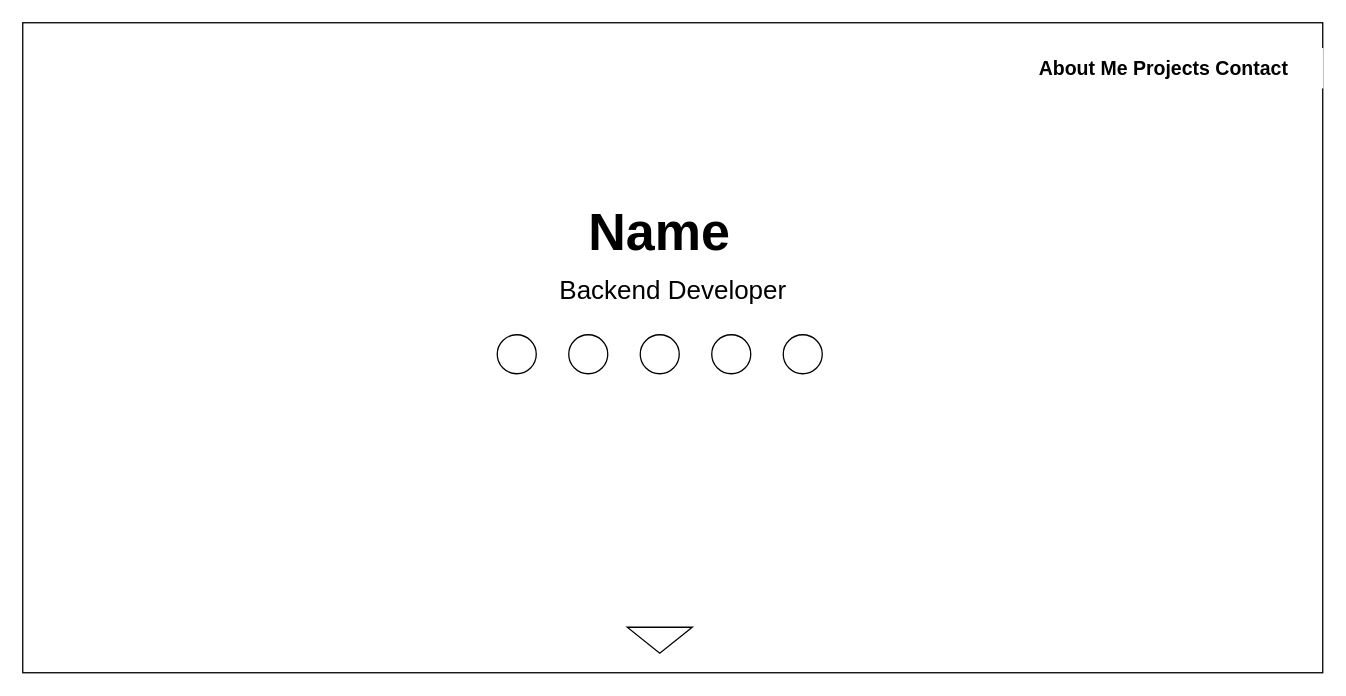
Before: frontend/src/docs/layout/_hero section.drawio in yk-jp/portfolio, a draw.io diagram. Source tidied: cells renumbered, new cells numbered last; positions are measured from the earlier drawing's top-left corner, leaving out a move shared by most shapes. Both pictures are drawn from the tidied source at 130%, with x=0, y=0 at pixel (22, 22).
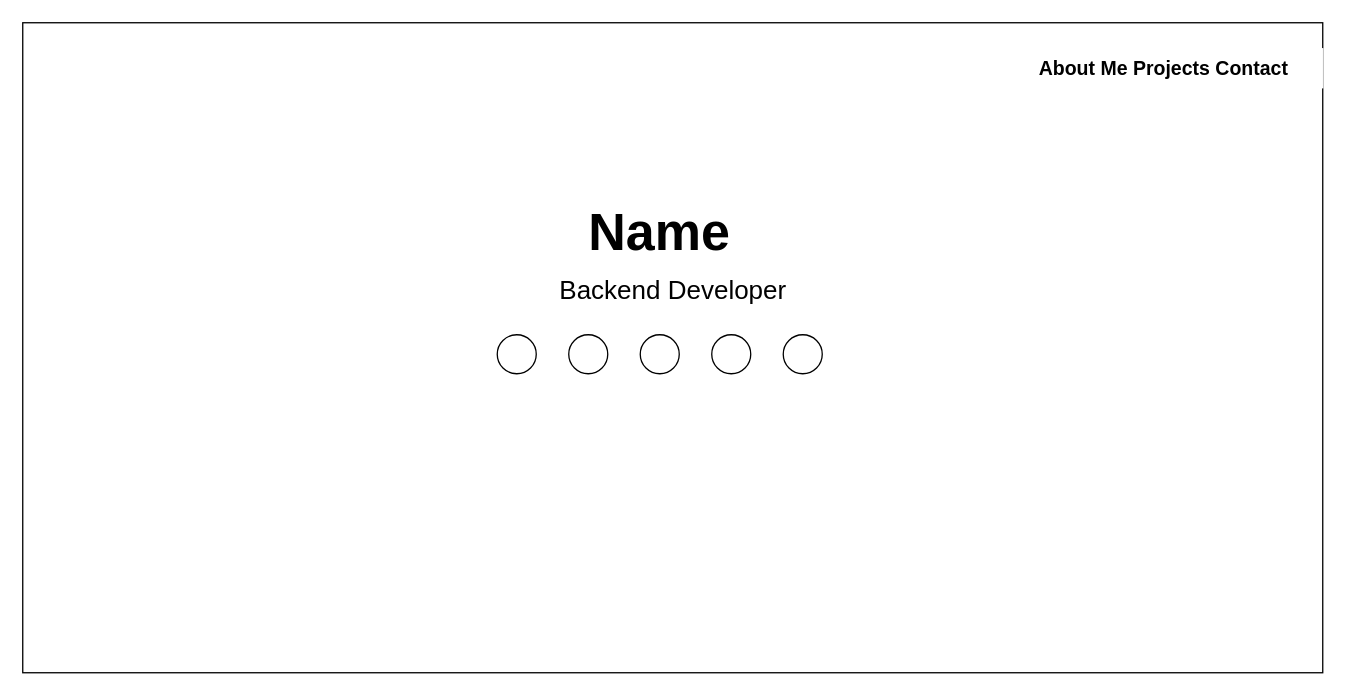
The same page after the edit.

The edit, as a diff of the source:
```diff
@@
 <mxGraphModel>
   <root>
     <mxCell id="0" />
     <mxCell id="1" parent="0" />
     <mxCell id="2" style="edgeStyle=orthogonalEdgeStyle;rounded=0;orthogonalLoop=1;jettySize=auto;html=1;exitX=0.5;exitY=1;exitDx=0;exitDy=0;" parent="1" edge="1">
       <mxGeometry relative="1" as="geometry">
         <mxPoint x="586.5" y="349" as="sourcePoint" />
         <mxPoint x="586.5" y="349" as="targetPoint" />
       </mxGeometry>
     </mxCell>
     <mxCell id="3" style="whiteSpace=wrap;html=1;align=left;" parent="1" vertex="1">
       <mxGeometry width="1000" height="500" as="geometry" />
     </mxCell>
     <mxCell id="4" value="Backend Developer&lt;br&gt;" style="rounded=0;whiteSpace=wrap;html=1;fontSize=20;align=center;strokeColor=none;" parent="1" vertex="1">
       <mxGeometry x="408" y="170" width="185" height="70" as="geometry" />
     </mxCell>
     <mxCell id="5" value="&lt;span style=&quot;font-size: 40px&quot;&gt;&lt;b&gt;Name&lt;/b&gt;&lt;/span&gt;" style="rounded=0;whiteSpace=wrap;html=1;fontSize=20;strokeColor=#FFFFFF;align=center;" parent="1" vertex="1">
       <mxGeometry x="310" y="140" width="360" height="40" as="geometry" />
     </mxCell>
     <mxCell id="6" style="rounded=0;whiteSpace=wrap;html=1;fontSize=20;align=center;strokeColor=none;" parent="1" vertex="1">
       <mxGeometry x="360" y="240" width="250" height="50" as="geometry" />
     </mxCell>
     <mxCell id="7" style="ellipse;whiteSpace=wrap;html=1;" parent="1" vertex="1">
       <mxGeometry x="365" y="240" width="30" height="30" as="geometry" />
     </mxCell>
     <mxCell id="8" style="ellipse;whiteSpace=wrap;html=1;" parent="1" vertex="1">
       <mxGeometry x="420" y="240" width="30" height="30" as="geometry" />
     </mxCell>
     <mxCell id="9" style="ellipse;whiteSpace=wrap;html=1;" parent="1" vertex="1">
       <mxGeometry x="475" y="240" width="30" height="30" as="geometry" />
     </mxCell>
     <mxCell id="10" style="ellipse;whiteSpace=wrap;html=1;" parent="1" vertex="1">
       <mxGeometry x="530" y="240" width="30" height="30" as="geometry" />
     </mxCell>
     <mxCell id="11" style="ellipse;whiteSpace=wrap;html=1;" parent="1" vertex="1">
       <mxGeometry x="585" y="240" width="30" height="30" as="geometry" />
     </mxCell>
-    <mxCell id="12" style="triangle;whiteSpace=wrap;html=1;rotation=90;" parent="1" vertex="1">
-      <mxGeometry x="480" y="450" width="20" height="50" as="geometry" />
-    </mxCell>
     <mxCell id="13" value="&lt;b style=&quot;font-size: 15px&quot;&gt;&lt;font style=&quot;font-size: 15px&quot;&gt;About Me Projects Contact&lt;/font&gt;&lt;/b&gt;" style="rounded=0;whiteSpace=wrap;html=1;fontSize=15;strokeColor=#FFFFFF;align=left;" parent="1" vertex="1">
       <mxGeometry x="780" y="20" width="220" height="30" as="geometry" />
     </mxCell>
   </root>
 </mxGraphModel>
```
